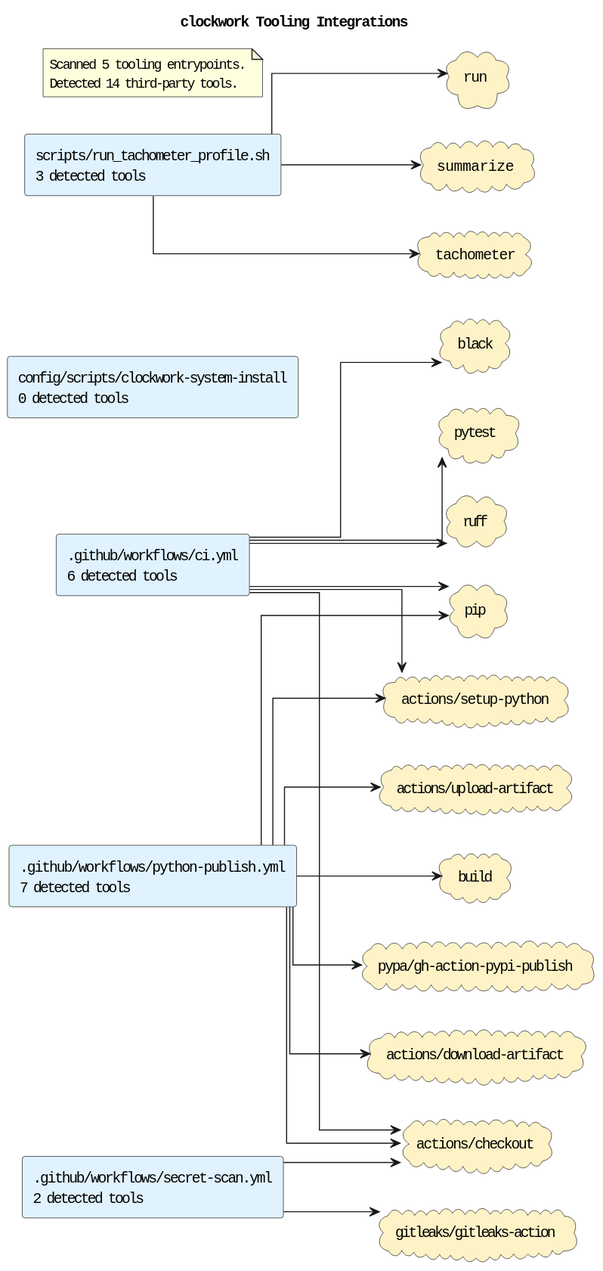
casonk/clockwork keeps this PlantUML diagram as docs/diagrams/tooling-integrations.puml.svg. Above is the earlier version.
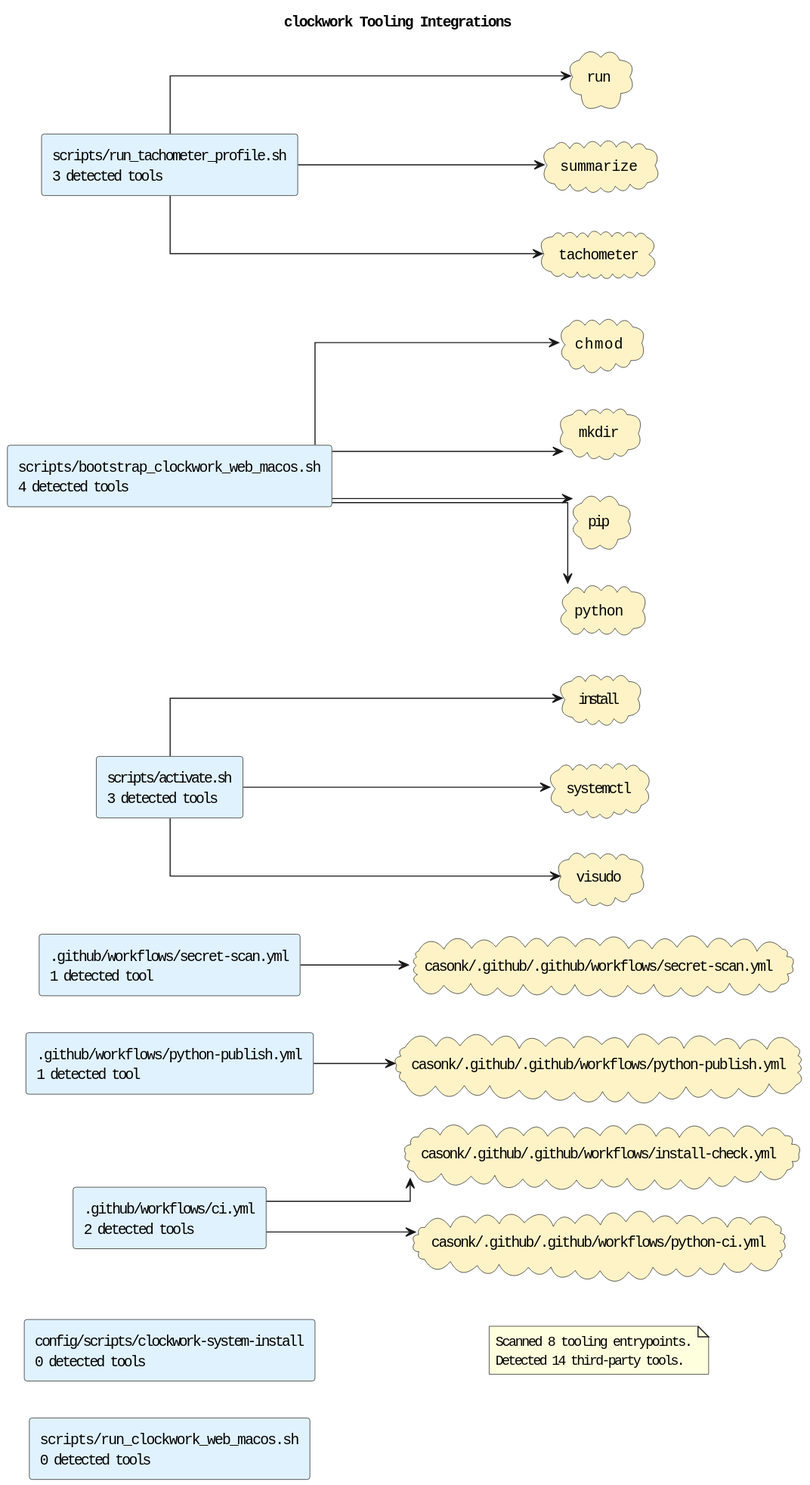
After the change.

The edit, as a diff of the source:
```diff
@@ -5,45 +5,44 @@
 skinparam defaultFontName Monospace
 skinparam componentStyle rectangle
 skinparam linetype ortho
-rectangle ".github/workflows/ci.yml\n6 detected tools" as source_github_workflows_ci_yml #E0F2FE
-rectangle ".github/workflows/python-publish.yml\n7 detected tools" as source_github_workflows_python_publish_yml #E0F2FE
-rectangle ".github/workflows/secret-scan.yml\n2 detected tools" as source_github_workflows_secret_scan_yml #E0F2FE
+rectangle ".github/workflows/ci.yml\n2 detected tools" as source_github_workflows_ci_yml #E0F2FE
+rectangle ".github/workflows/python-publish.yml\n1 detected tool" as source_github_workflows_python_publish_yml #E0F2FE
+rectangle ".github/workflows/secret-scan.yml\n1 detected tool" as source_github_workflows_secret_scan_yml #E0F2FE
 rectangle "config/scripts/clockwork-system-install\n0 detected tools" as source_config_scripts_clockwork_system_install #E0F2FE
+rectangle "scripts/activate.sh\n3 detected tools" as source_scripts_activate_sh #E0F2FE
+rectangle "scripts/bootstrap_clockwork_web_macos.sh\n4 detected tools" as source_scripts_bootstrap_clockwork_web_macos_sh #E0F2FE
+rectangle "scripts/run_clockwork_web_macos.sh\n0 detected tools" as source_scripts_run_clockwork_web_macos_sh #E0F2FE
 rectangle "scripts/run_tachometer_profile.sh\n3 detected tools" as source_scripts_run_tachometer_profile_sh #E0F2FE
-cloud "actions/checkout" as tool_actions_checkout #FEF3C7
-cloud "actions/download-artifact" as tool_actions_download_artifact #FEF3C7
-cloud "actions/setup-python" as tool_actions_setup_python #FEF3C7
-cloud "actions/upload-artifact" as tool_actions_upload_artifact #FEF3C7
-cloud "black" as tool_black #FEF3C7
-cloud "build" as tool_build #FEF3C7
-cloud "gitleaks/gitleaks-action" as tool_gitleaks_gitleaks_action #FEF3C7
+cloud "casonk/.github/.github/workflows/install-check.yml" as tool_casonk_github_github_workflows_install_check_yml #FEF3C7
+cloud "casonk/.github/.github/workflows/python-ci.yml" as tool_casonk_github_github_workflows_python_ci_yml #FEF3C7
+cloud "casonk/.github/.github/workflows/python-publish.yml" as tool_casonk_github_github_workflows_python_publish_yml #FEF3C7
+cloud "casonk/.github/.github/workflows/secret-scan.yml" as tool_casonk_github_github_workflows_secret_scan_yml #FEF3C7
+cloud "chmod" as tool_chmod #FEF3C7
+cloud "install" as tool_install #FEF3C7
+cloud "mkdir" as tool_mkdir #FEF3C7
 cloud "pip" as tool_pip #FEF3C7
-cloud "pypa/gh-action-pypi-publish" as tool_pypa_gh_action_pypi_publish #FEF3C7
-cloud "pytest" as tool_pytest #FEF3C7
-cloud "ruff" as tool_ruff #FEF3C7
+cloud "python" as tool_python #FEF3C7
 cloud "run" as tool_run #FEF3C7
 cloud "summarize" as tool_summarize #FEF3C7
+cloud "systemctl" as tool_systemctl #FEF3C7
 cloud "tachometer" as tool_tachometer #FEF3C7
-source_github_workflows_ci_yml --> tool_actions_checkout
-source_github_workflows_ci_yml --> tool_actions_setup_python
-source_github_workflows_ci_yml --> tool_black
-source_github_workflows_ci_yml --> tool_pip
-source_github_workflows_ci_yml --> tool_pytest
-source_github_workflows_ci_yml --> tool_ruff
-source_github_workflows_python_publish_yml --> tool_actions_checkout
-source_github_workflows_python_publish_yml --> tool_actions_download_artifact
-source_github_workflows_python_publish_yml --> tool_actions_setup_python
-source_github_workflows_python_publish_yml --> tool_actions_upload_artifact
-source_github_workflows_python_publish_yml --> tool_build
-source_github_workflows_python_publish_yml --> tool_pip
-source_github_workflows_python_publish_yml --> tool_pypa_gh_action_pypi_publish
-source_github_workflows_secret_scan_yml --> tool_actions_checkout
-source_github_workflows_secret_scan_yml --> tool_gitleaks_gitleaks_action
+cloud "visudo" as tool_visudo #FEF3C7
+source_github_workflows_ci_yml --> tool_casonk_github_github_workflows_install_check_yml
+source_github_workflows_ci_yml --> tool_casonk_github_github_workflows_python_ci_yml
+source_github_workflows_python_publish_yml --> tool_casonk_github_github_workflows_python_publish_yml
+source_github_workflows_secret_scan_yml --> tool_casonk_github_github_workflows_secret_scan_yml
+source_scripts_activate_sh --> tool_install
+source_scripts_activate_sh --> tool_systemctl
+source_scripts_activate_sh --> tool_visudo
+source_scripts_bootstrap_clockwork_web_macos_sh --> tool_chmod
+source_scripts_bootstrap_clockwork_web_macos_sh --> tool_mkdir
+source_scripts_bootstrap_clockwork_web_macos_sh --> tool_pip
+source_scripts_bootstrap_clockwork_web_macos_sh --> tool_python
 source_scripts_run_tachometer_profile_sh --> tool_run
 source_scripts_run_tachometer_profile_sh --> tool_summarize
 source_scripts_run_tachometer_profile_sh --> tool_tachometer
 note as toolingGraphSummary
-Scanned 5 tooling entrypoints.
+Scanned 8 tooling entrypoints.
 Detected 14 third-party tools.
 end note
 @enduml
```
